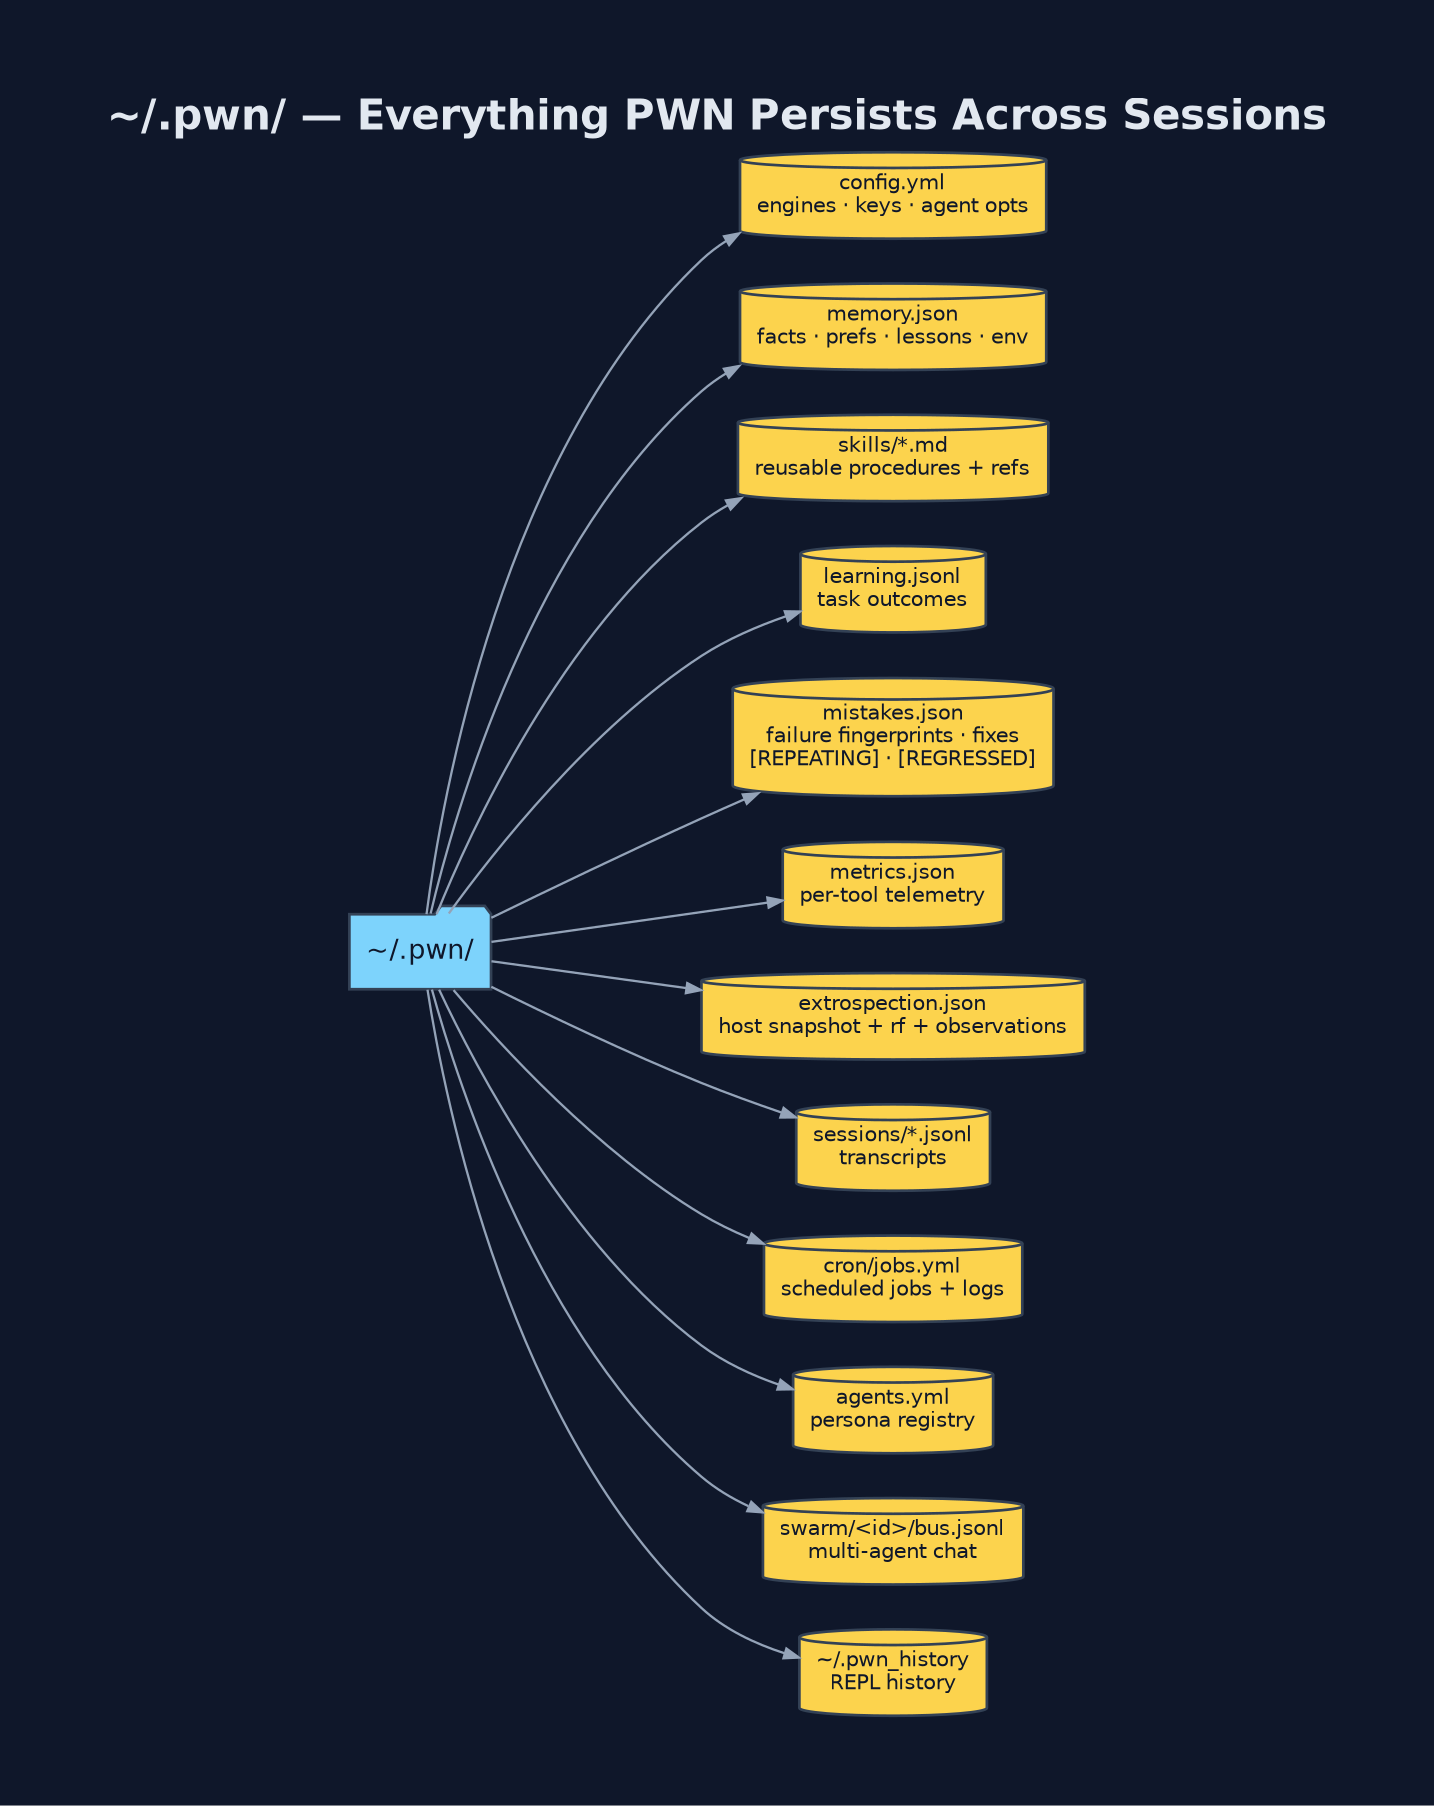
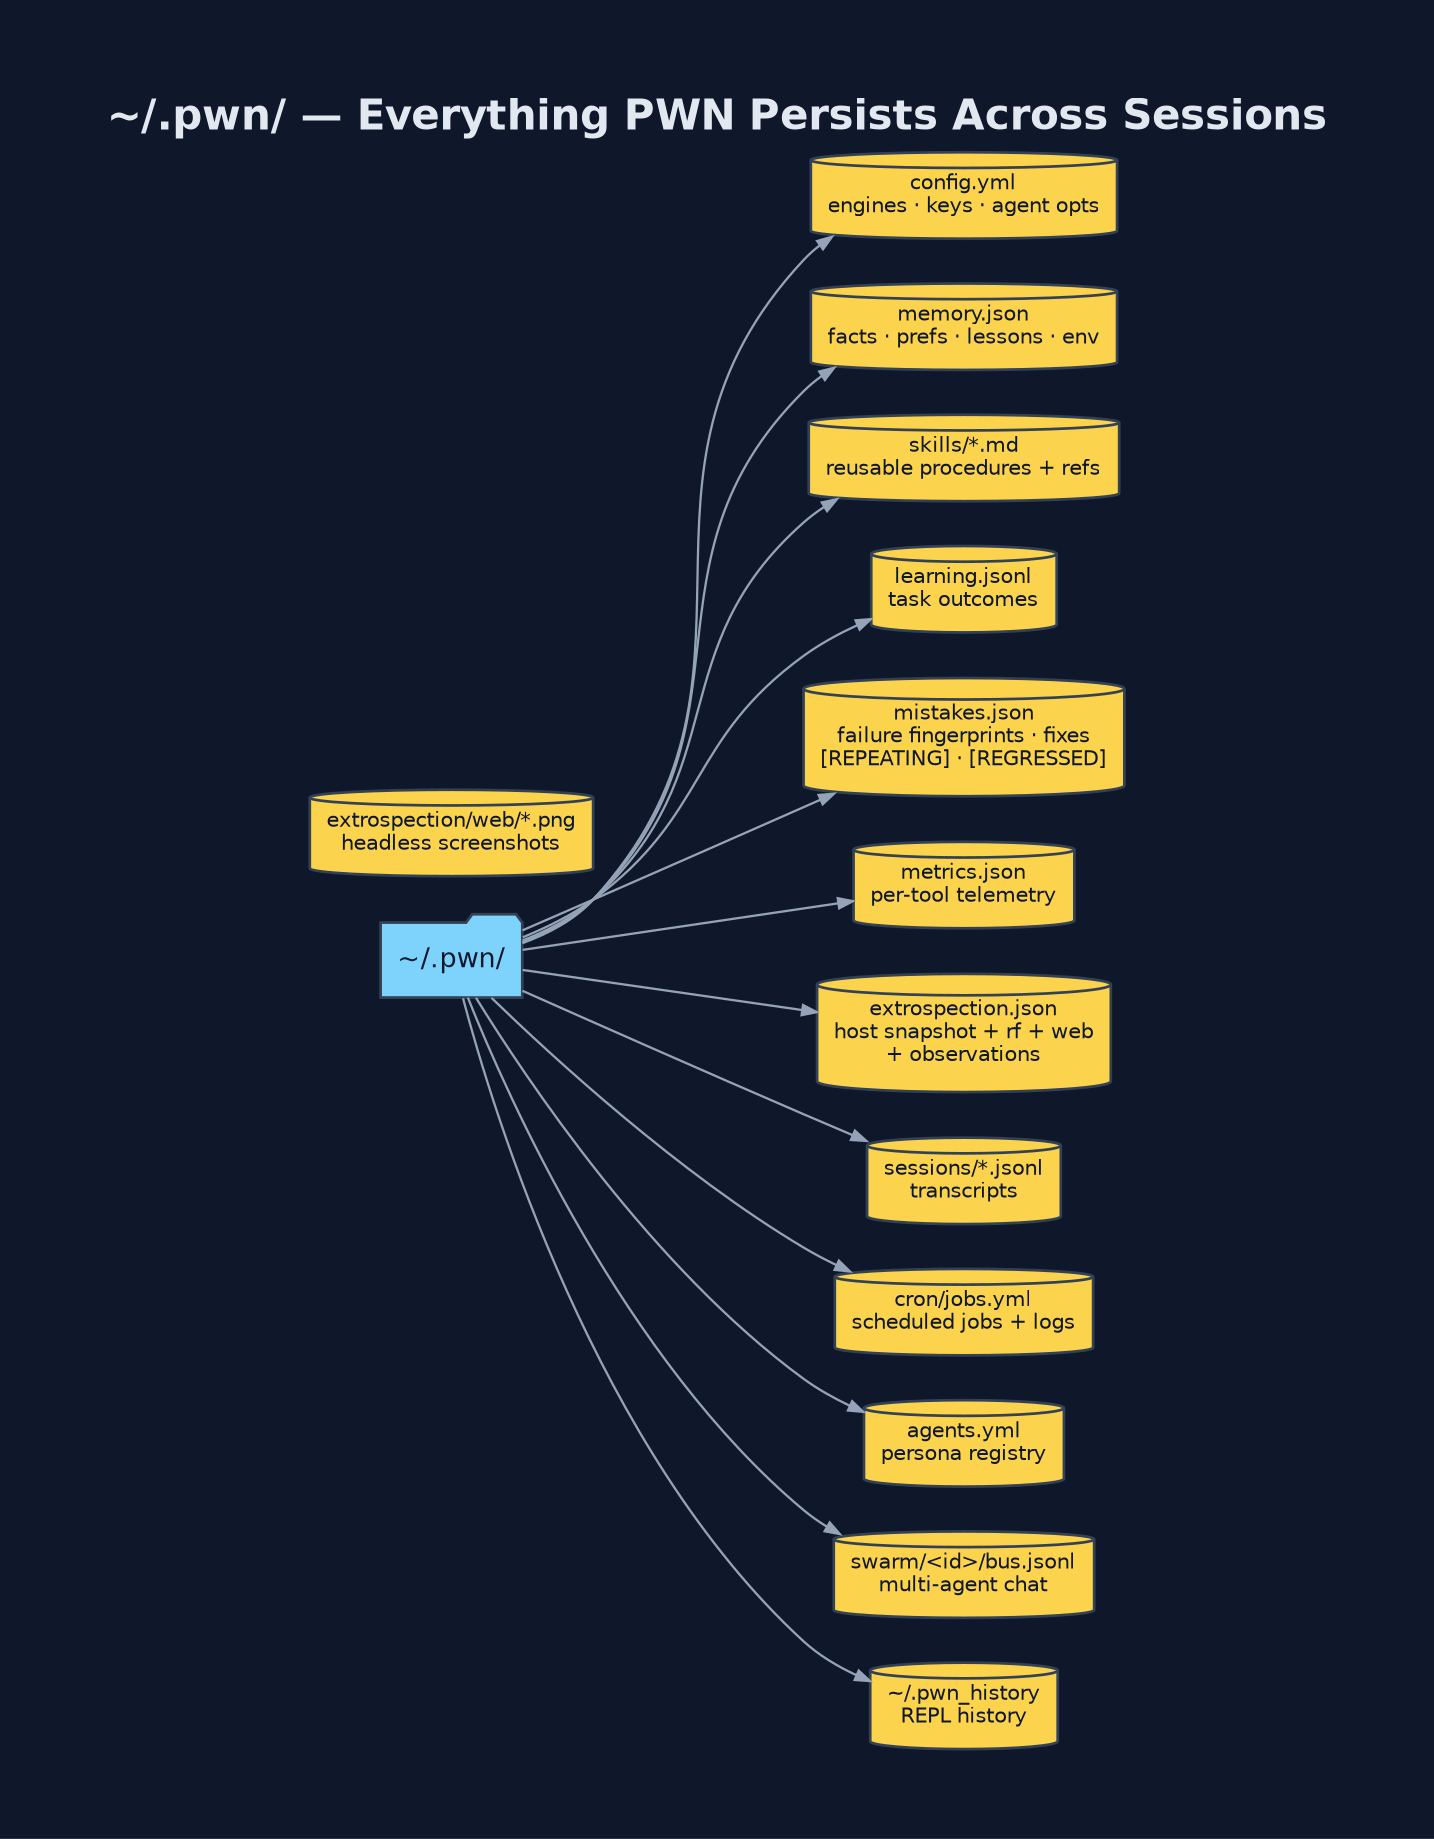
digraph "PWN_Persistence" {
  graph [
    label=<<B>~/.pwn/ — Everything PWN Persists Across Sessions</B>>,
    labelloc=t, fontsize=20, fontname="Helvetica",
    rankdir=LR, splines=spline, nodesep=0.3, ranksep=1.4,
    bgcolor="#0f172a", fontcolor="#e2e8f0", pad=0.6, newrank=true
  ];
  node [fontname="Helvetica", fontsize=10, style="filled,rounded",
        shape=box, penwidth=1.3, color="#334155", fontcolor="#0f172a"];
  edge [color="#94a3b8", penwidth=1.1, arrowsize=0.7];

  Root [label="~/.pwn/", shape=folder, fillcolor="#7dd3fc", fontsize=13];

  node [shape=cylinder, fillcolor="#fcd34d"];
  cfg  [label="config.yml\nengines · keys · agent opts"];
  mem  [label="memory.json\nfacts · prefs · lessons · env"];
  skl  [label="skills/*.md\nreusable procedures + refs"];
  lrn  [label="learning.jsonl\ntask outcomes"];
  mis  [label="mistakes.json\nfailure fingerprints · fixes\n[REPEATING] · [REGRESSED]"];
  met  [label="metrics.json\nper-tool telemetry"];
-   ext  [label="extrospection.json\nhost snapshot + rf + observations"];
+   ext  [label="extrospection.json\nhost snapshot + rf + web\n+ observations"];
+   ews  [label="extrospection/web/*.png\nheadless screenshots"];
  ses  [label="sessions/*.jsonl\ntranscripts"];
  crn  [label="cron/jobs.yml\nscheduled jobs + logs"];
  agt  [label="agents.yml\npersona registry"];
  swm  [label="swarm/<id>/bus.jsonl\nmulti-agent chat"];
  hist [label="~/.pwn_history\nREPL history"];

  Root->cfg; Root->mem; Root->skl; Root->lrn; Root->mis; Root->met; Root->ext;
  Root->ses; Root->crn; Root->agt; Root->swm; Root->hist;
}
